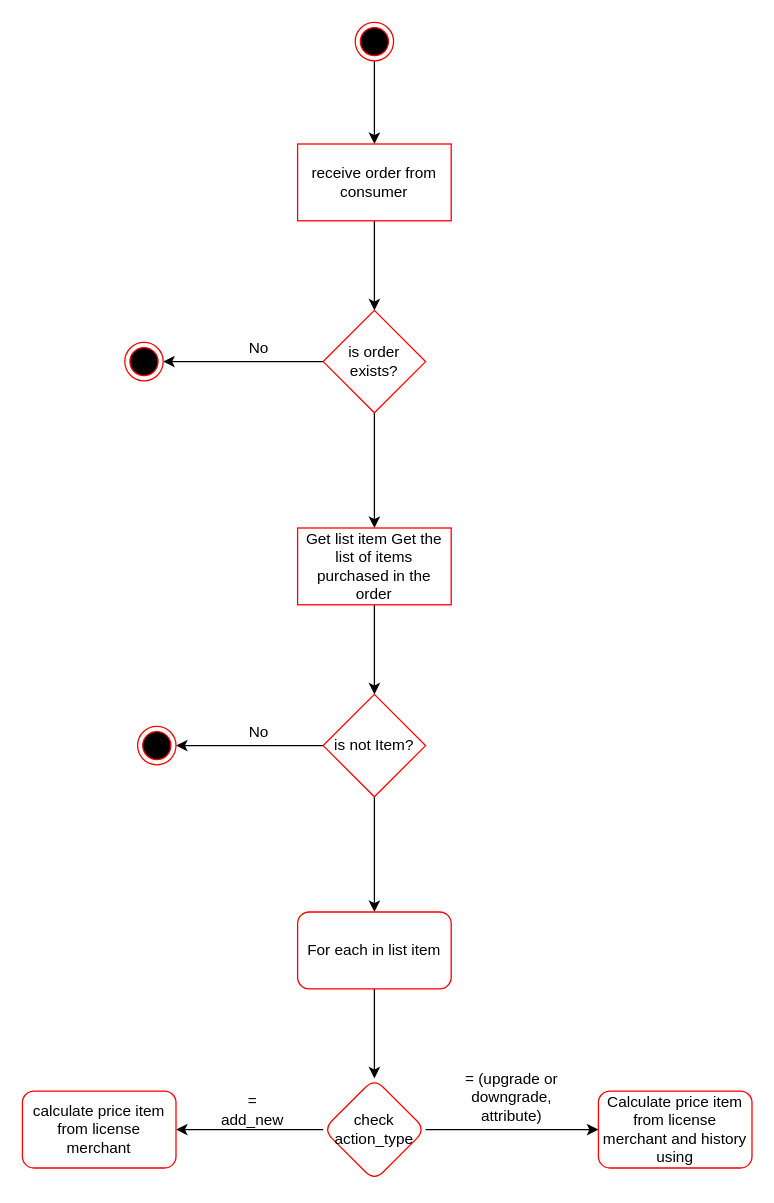
This is page "Create Invoice" (2 of 2) of Untitled Diagram.drawio from truongcao98/exam_flask, a draw.io file, before an edit. Source tidied: cells renumbered, new cells numbered last; positions are measured from the earlier drawing's top-left corner, leaving out a move shared by most shapes. Both pictures are drawn from the tidied source at 128%, with x=0, y=0 at pixel (22, 22).
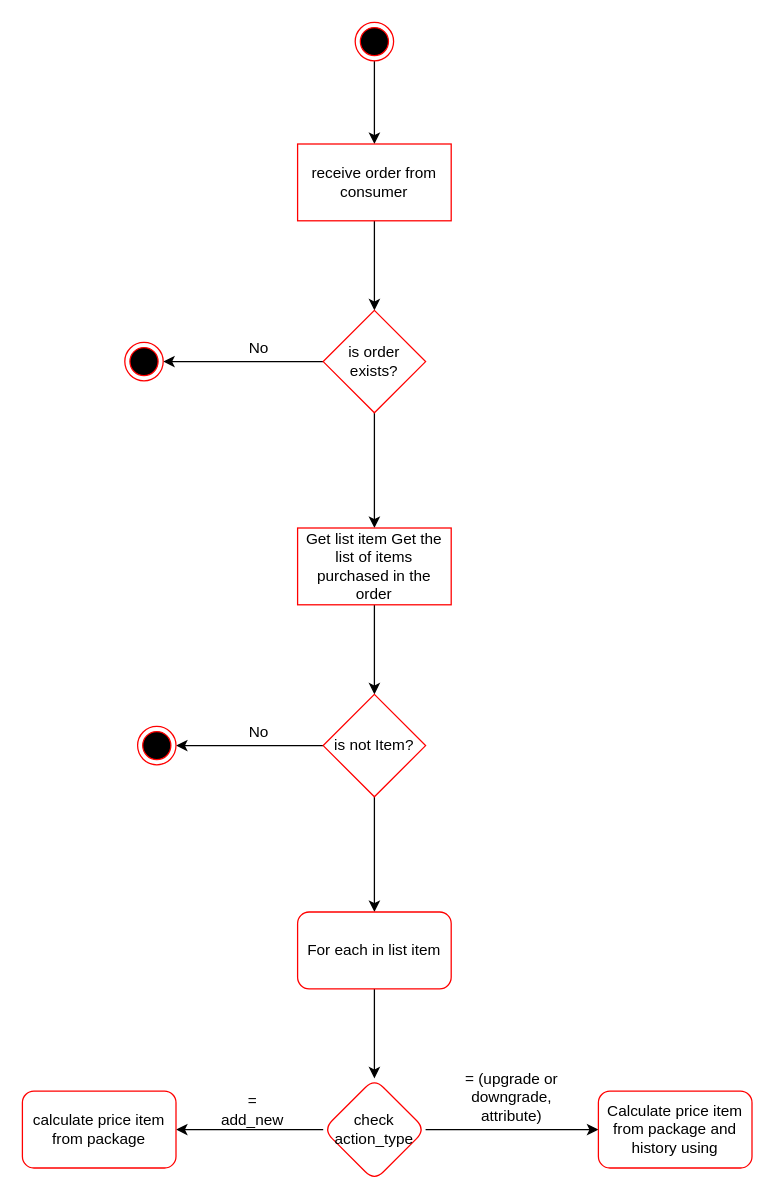
After the change.

Commit message (it also covers changes not shown here):
update order package from user

What changed in the source:
```diff
@@
-    <mxCell id="23" value="calculate price item from license merchant" style="whiteSpace=wrap;html=1;strokeColor=#ff0000;rounded=1;" parent="1" vertex="1">
+    <mxCell id="23" value="calculate price item from package" style="whiteSpace=wrap;html=1;strokeColor=#ff0000;rounded=1;" parent="1" vertex="1">
       <mxGeometry y="835" width="120" height="60" as="geometry" />
     </mxCell>
@@
-    <mxCell id="25" value="Calculate price item from license merchant and history using" style="whiteSpace=wrap;html=1;strokeColor=#ff0000;rounded=1;" parent="1" vertex="1">
+    <mxCell id="25" value="Calculate price item from package and history using" style="whiteSpace=wrap;html=1;strokeColor=#ff0000;rounded=1;" parent="1" vertex="1">
       <mxGeometry x="450" y="835" width="120" height="60" as="geometry" />
     </mxCell>
```
